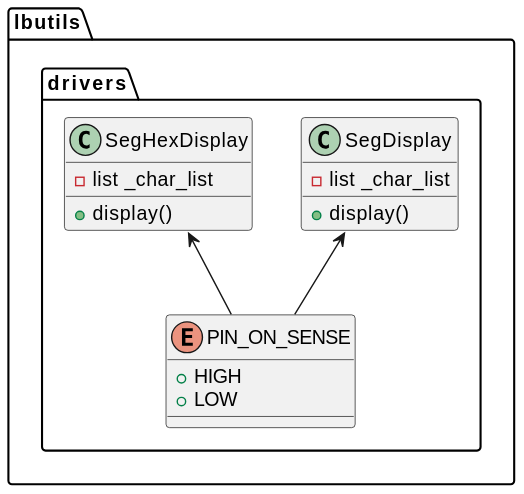
This is docs/media/lbutils_drivers_seven.svg from dlove24/lbutils, a PlantUML export, as it was before one commit.
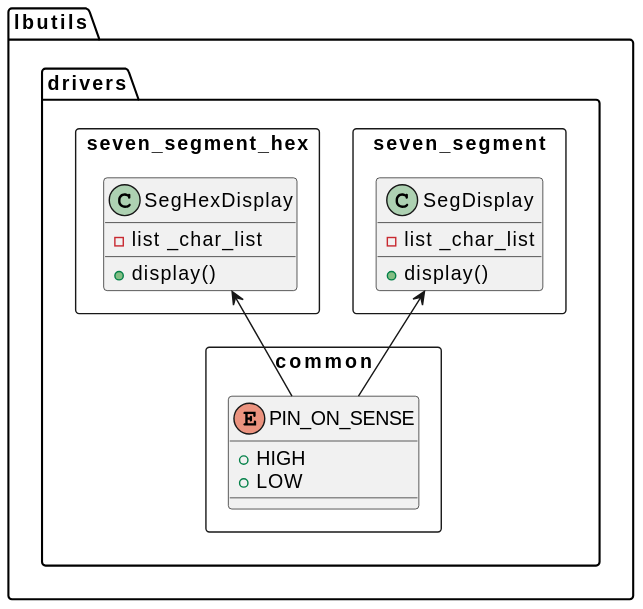
The same diagram one commit later.

Change to the diagram source:
```diff
@@ -1,21 +1,27 @@
 @startuml
 namespace lbutils {
     namespace drivers {
-        class SegDisplay {
-            - list _char_list
-            + display()
+        namespace seven_segment <<Rectangle>> {
+            class SegDisplay {
+                - list _char_list
+                + display()
+                }
         }
-        class SegHexDisplay {
-            - list _char_list
-            + display()
+        namespace seven_segment_hex <<Rectangle>> {
+            class SegHexDisplay {
+                - list _char_list
+                + display()
+                }
         }
-        enum PIN_ON_SENSE {
-            + HIGH
-            + LOW
+        namespace common <<Rectangle>> {
+            enum PIN_ON_SENSE {
+                + HIGH
+                + LOW
+            }
         }
     }
 }
 
-lbutils.drivers.SegDisplay <-- lbutils.drivers.PIN_ON_SENSE
-lbutils.drivers.SegHexDisplay <-- lbutils.drivers.PIN_ON_SENSE
+lbutils.drivers.seven_segment.SegDisplay <-- lbutils.drivers.common.PIN_ON_SENSE
+lbutils.drivers.seven_segment_hex.SegHexDisplay <-- lbutils.drivers.common.PIN_ON_SENSE
 @enduml
```
